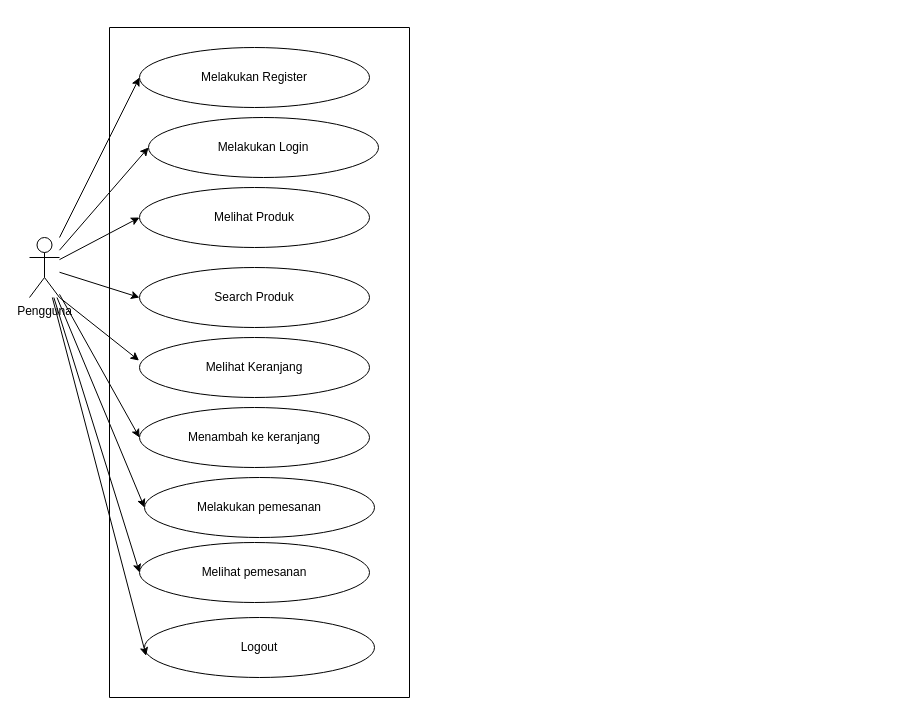
Before: docs/usecase/user-usecase.drawio in EvandriRidho/Rizquna-Bakery, a draw.io diagram. Source tidied: cells renumbered, new cells numbered last; positions are measured from the earlier drawing's top-left corner, leaving out a move shared by most shapes. Both pictures are drawn from the tidied source at 100%, with x=0, y=0 at pixel (29, 27).
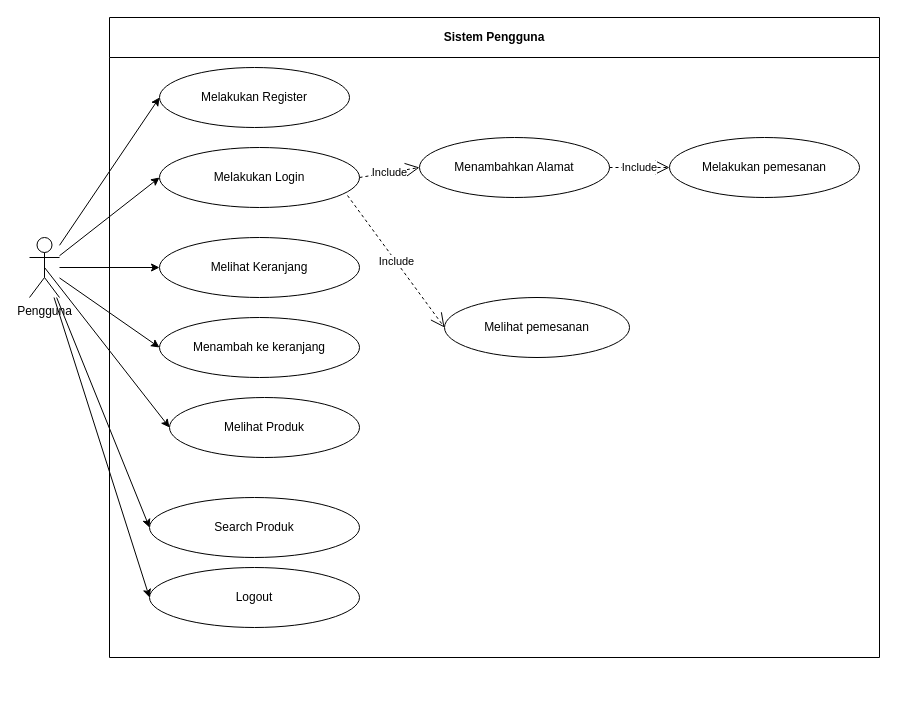
After the change.

Unchanged cells that the change refers to:
```xml
<mxCell id="2" value="Pengguna" style="shape=umlActor;verticalLabelPosition=bottom;verticalAlign=top;html=1;outlineConnect=0;" parent="1" vertex="1">
  <mxGeometry y="210" width="30" height="60" as="geometry" />
</mxCell>
```

What changed in the source:
```diff
@@
-    <mxCell id="3" style="swimlane;startSize=0;" parent="1" vertex="1">
-      <mxGeometry x="80" width="300" height="670" as="geometry" />
-    </mxCell>
+    <mxCell id="22" value="Sistem Pengguna" style="swimlane;whiteSpace=wrap;html=1;startSize=40;" parent="1" vertex="1">
+      <mxGeometry x="80" y="-10" width="770" height="640" as="geometry" />
+    </mxCell>
-    <mxCell id="4" value="Melakukan Register" style="ellipse;whiteSpace=wrap;html=1;" parent="3" vertex="1">
-      <mxGeometry x="30" y="20" width="230" height="60" as="geometry" />
+    <mxCell id="4" value="Melakukan Register" style="ellipse;whiteSpace=wrap;html=1;" parent="22" vertex="1">
+      <mxGeometry x="50" y="50" width="190" height="60" as="geometry" />
     </mxCell>
-    <mxCell id="5" value="Melakukan Login" style="ellipse;whiteSpace=wrap;html=1;" parent="3" vertex="1">
-      <mxGeometry x="39" y="90" width="230" height="60" as="geometry" />
+    <mxCell id="5" value="Melakukan Login" style="ellipse;whiteSpace=wrap;html=1;" parent="22" vertex="1">
+      <mxGeometry x="50" y="130" width="200" height="60" as="geometry" />
     </mxCell>
-    <mxCell id="6" value="Melihat Produk" style="ellipse;whiteSpace=wrap;html=1;" parent="3" vertex="1">
-      <mxGeometry x="30" y="160" width="230" height="60" as="geometry" />
+    <mxCell id="6" value="Melihat Produk" style="ellipse;whiteSpace=wrap;html=1;" parent="22" vertex="1">
+      <mxGeometry x="60" y="380" width="190" height="60" as="geometry" />
     </mxCell>
+    <mxCell id="12" value="Search Produk" style="ellipse;whiteSpace=wrap;html=1;" parent="22" vertex="1">
+      <mxGeometry x="40" y="480" width="210" height="60" as="geometry" />
+    </mxCell>
-    <mxCell id="7" value="Melihat Keranjang" style="ellipse;whiteSpace=wrap;html=1;" parent="3" vertex="1">
-      <mxGeometry x="30" y="310" width="230" height="60" as="geometry" />
+    <mxCell id="7" value="Melihat Keranjang" style="ellipse;whiteSpace=wrap;html=1;" parent="22" vertex="1">
+      <mxGeometry x="50" y="220" width="200" height="60" as="geometry" />
     </mxCell>
-    <mxCell id="8" value="Menambah ke keranjang" style="ellipse;whiteSpace=wrap;html=1;" parent="3" vertex="1">
-      <mxGeometry x="30" y="380" width="230" height="60" as="geometry" />
+    <mxCell id="8" value="Menambah ke keranjang" style="ellipse;whiteSpace=wrap;html=1;" parent="22" vertex="1">
+      <mxGeometry x="50" y="300" width="200" height="60" as="geometry" />
     </mxCell>
+    <mxCell id="23" value="Menambahkan Alamat" style="ellipse;whiteSpace=wrap;html=1;" parent="22" vertex="1">
+      <mxGeometry x="310" y="120" width="190" height="60" as="geometry" />
+    </mxCell>
-    <mxCell id="9" value="Melakukan pemesanan" style="ellipse;whiteSpace=wrap;html=1;" parent="3" vertex="1">
-      <mxGeometry x="35" y="450" width="230" height="60" as="geometry" />
+    <mxCell id="9" value="Melakukan pemesanan" style="ellipse;whiteSpace=wrap;html=1;" parent="22" vertex="1">
+      <mxGeometry x="560" y="120" width="190" height="60" as="geometry" />
     </mxCell>
+    <mxCell id="11" value="Logout" style="ellipse;whiteSpace=wrap;html=1;" parent="22" vertex="1">
+      <mxGeometry x="40" y="550" width="210" height="60" as="geometry" />
+    </mxCell>
-    <mxCell id="10" value="Melihat pemesanan" style="ellipse;whiteSpace=wrap;html=1;" parent="3" vertex="1">
-      <mxGeometry x="30" y="515" width="230" height="60" as="geometry" />
+    <mxCell id="10" value="Melihat pemesanan" style="ellipse;whiteSpace=wrap;html=1;" parent="22" vertex="1">
+      <mxGeometry x="335" y="280" width="185" height="60" as="geometry" />
     </mxCell>
-    <mxCell id="11" value="Logout" style="ellipse;whiteSpace=wrap;html=1;" parent="3" vertex="1">
-      <mxGeometry x="35" y="590" width="230" height="60" as="geometry" />
-    </mxCell>
-    <mxCell id="12" value="Search Produk" style="ellipse;whiteSpace=wrap;html=1;" parent="3" vertex="1">
-      <mxGeometry x="30" y="240" width="230" height="60" as="geometry" />
-    </mxCell>
+    <mxCell id="24" value="Include" style="endArrow=open;endSize=12;dashed=1;html=1;rounded=0;exitX=1;exitY=0.5;exitDx=0;exitDy=0;entryX=0;entryY=0.5;entryDx=0;entryDy=0;" parent="22" edge="1" source="5" target="23">
+      <mxGeometry relative="1" as="geometry" />
+    </mxCell>
+    <mxCell id="25" value="Include" style="endArrow=open;endSize=12;dashed=1;html=1;rounded=0;exitX=0.94;exitY=0.8;exitDx=0;exitDy=0;entryX=0;entryY=0.5;entryDx=0;entryDy=0;exitPerimeter=0;" parent="22" edge="1" source="5" target="10">
+      <mxGeometry relative="1" as="geometry" />
+    </mxCell>
+    <mxCell id="26" value="Include" style="endArrow=open;endSize=12;dashed=1;html=1;rounded=0;exitX=1;exitY=0.5;exitDx=0;exitDy=0;entryX=0;entryY=0.5;entryDx=0;entryDy=0;" parent="22" edge="1" source="23" target="9">
+      <mxGeometry relative="1" as="geometry" />
+    </mxCell>
@@
+    <mxCell id="17" style="endArrow=classic;html=1;rounded=0;entryX=0;entryY=0.5;entryDx=0;entryDy=0;" parent="1" edge="1" source="2" target="7">
+      <mxGeometry relative="1" as="geometry" />
+    </mxCell>
+    <mxCell id="18" style="endArrow=classic;html=1;rounded=0;entryX=0;entryY=0.5;entryDx=0;entryDy=0;" parent="1" edge="1" source="2" target="8">
+      <mxGeometry relative="1" as="geometry" />
+    </mxCell>
-    <mxCell id="15" style="endArrow=classic;html=1;rounded=0;entryX=0;entryY=0.5;entryDx=0;entryDy=0;" parent="1" edge="1" source="2" target="6">
+    <mxCell id="15" style="endArrow=classic;html=1;rounded=0;exitX=0.5;exitY=0.5;exitDx=0;exitDy=0;exitPerimeter=0;entryX=0;entryY=0.5;entryDx=0;entryDy=0;" parent="1" edge="1" source="2" target="6">
       <mxGeometry relative="1" as="geometry" />
     </mxCell>
@@
-    <mxCell id="17" style="endArrow=classic;html=1;rounded=0;exitX=1;exitY=1;exitDx=0;exitDy=0;exitPerimeter=0;entryX=-0.002;entryY=0.384;entryDx=0;entryDy=0;entryPerimeter=0;" parent="1" edge="1" source="2" target="7">
-      <mxGeometry relative="1" as="geometry" />
-    </mxCell>
-    <mxCell id="18" style="endArrow=classic;html=1;rounded=0;entryX=0;entryY=0.5;entryDx=0;entryDy=0;" parent="1" edge="1" source="2" target="8">
-      <mxGeometry relative="1" as="geometry" />
-    </mxCell>
-    <mxCell id="19" style="endArrow=classic;html=1;rounded=0;entryX=0;entryY=0.5;entryDx=0;entryDy=0;" parent="1" edge="1" source="2" target="9">
-      <mxGeometry relative="1" as="geometry" />
-    </mxCell>
-    <mxCell id="20" style="endArrow=classic;html=1;rounded=0;entryX=0;entryY=0.5;entryDx=0;entryDy=0;" parent="1" edge="1" source="2" target="10">
-      <mxGeometry relative="1" as="geometry" />
-    </mxCell>
-    <mxCell id="21" style="endArrow=classic;html=1;rounded=0;entryX=0.007;entryY=0.639;entryDx=0;entryDy=0;entryPerimeter=0;" parent="1" edge="1" source="2" target="11">
+    <mxCell id="21" style="endArrow=classic;html=1;rounded=0;entryX=0;entryY=0.5;entryDx=0;entryDy=0;" parent="1" edge="1" source="2" target="11">
       <mxGeometry relative="1" as="geometry" />
     </mxCell>
```
